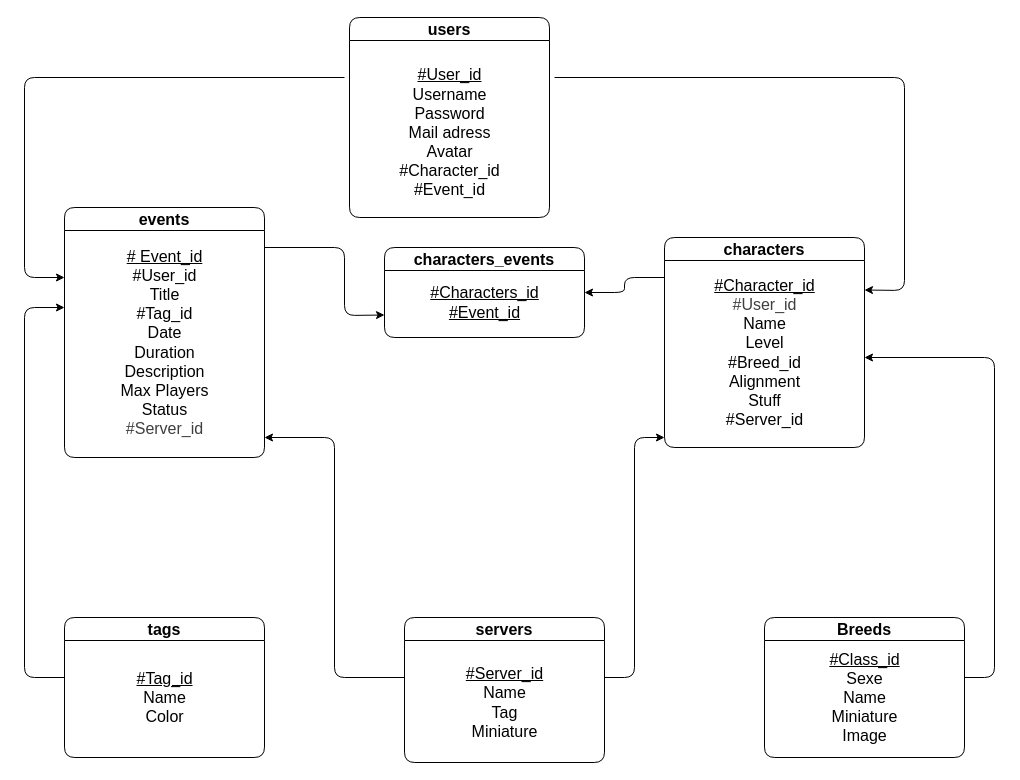
Above: docs/database/MLD.drawio in AlexandreDejour/DofusGroup (draw.io), before the change. Source tidied: cells renumbered, new cells numbered last; positions are measured from the earlier drawing's top-left corner, leaving out a move shared by most shapes. Both pictures are drawn from the tidied source at 100%, with x=0, y=0 at pixel (24, 17).
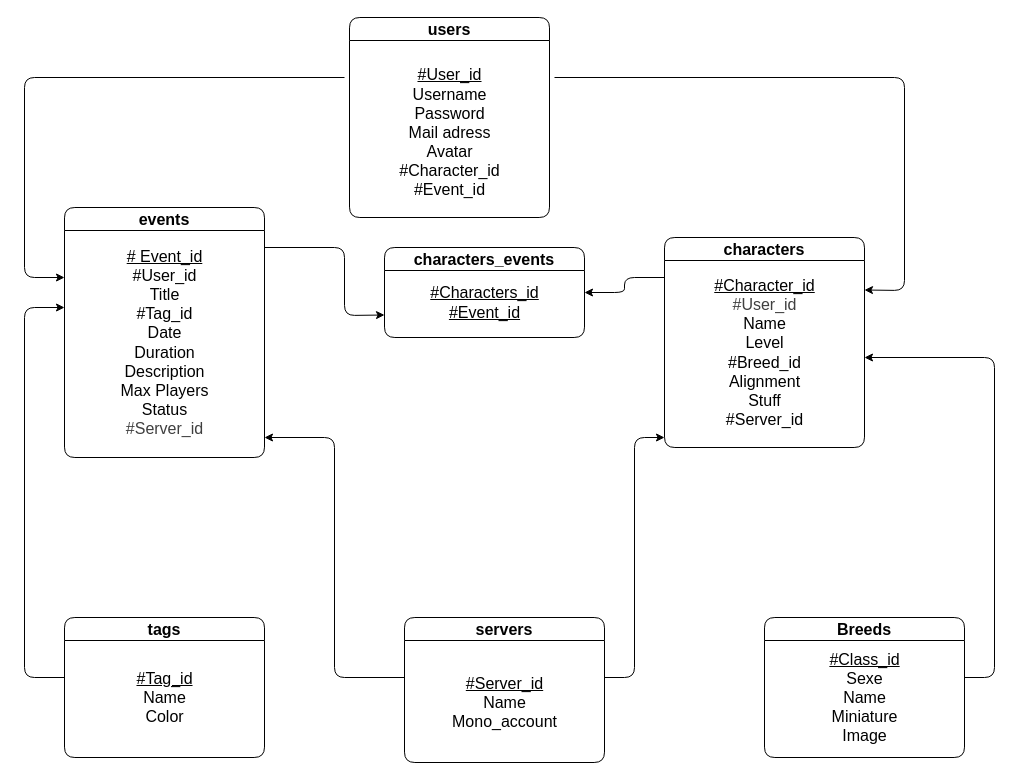
The same page after the edit.

Unchanged cells that the change refers to:
```xml
<mxCell id="19" value="&lt;font style=&quot;font-size: 16px;&quot;&gt;servers&lt;/font&gt;" style="swimlane;whiteSpace=wrap;html=1;startSize=23;rounded=1;fillStyle=auto;fillColor=default;" parent="1" vertex="1">
  <mxGeometry x="380" y="600" width="200" height="145" as="geometry" />
</mxCell>
```

The edit, as a diff of the source:
```diff
@@
-    <mxCell id="20" value="&lt;span style=&quot;font-size: 16px;&quot;&gt;&lt;u&gt;#Server_id&lt;/u&gt;&lt;/span&gt;&lt;div&gt;&lt;span style=&quot;font-size: 16px;&quot;&gt;Name&lt;/span&gt;&lt;/div&gt;&lt;div&gt;&lt;span style=&quot;font-size: 16px;&quot;&gt;Tag&lt;/span&gt;&lt;/div&gt;&lt;div&gt;&lt;span style=&quot;font-size: 16px;&quot;&gt;Miniature&lt;/span&gt;&lt;/div&gt;" style="text;html=1;align=center;verticalAlign=middle;strokeColor=none;fillColor=none;" parent="19" vertex="1">
-      <mxGeometry x="50" y="40" width="100" height="90" as="geometry" />
+    <mxCell id="20" value="&lt;span style=&quot;font-size: 16px;&quot;&gt;&lt;u&gt;#Server_id&lt;/u&gt;&lt;/span&gt;&lt;div&gt;&lt;span style=&quot;font-size: 16px;&quot;&gt;Name&lt;/span&gt;&lt;/div&gt;&lt;div&gt;&lt;span style=&quot;font-size: 16px;&quot;&gt;Mono_account&lt;/span&gt;&lt;/div&gt;" style="text;html=1;align=center;verticalAlign=middle;strokeColor=none;fillColor=none;" parent="19" vertex="1">
+      <mxGeometry x="35" y="50" width="130" height="70" as="geometry" />
     </mxCell>
```
